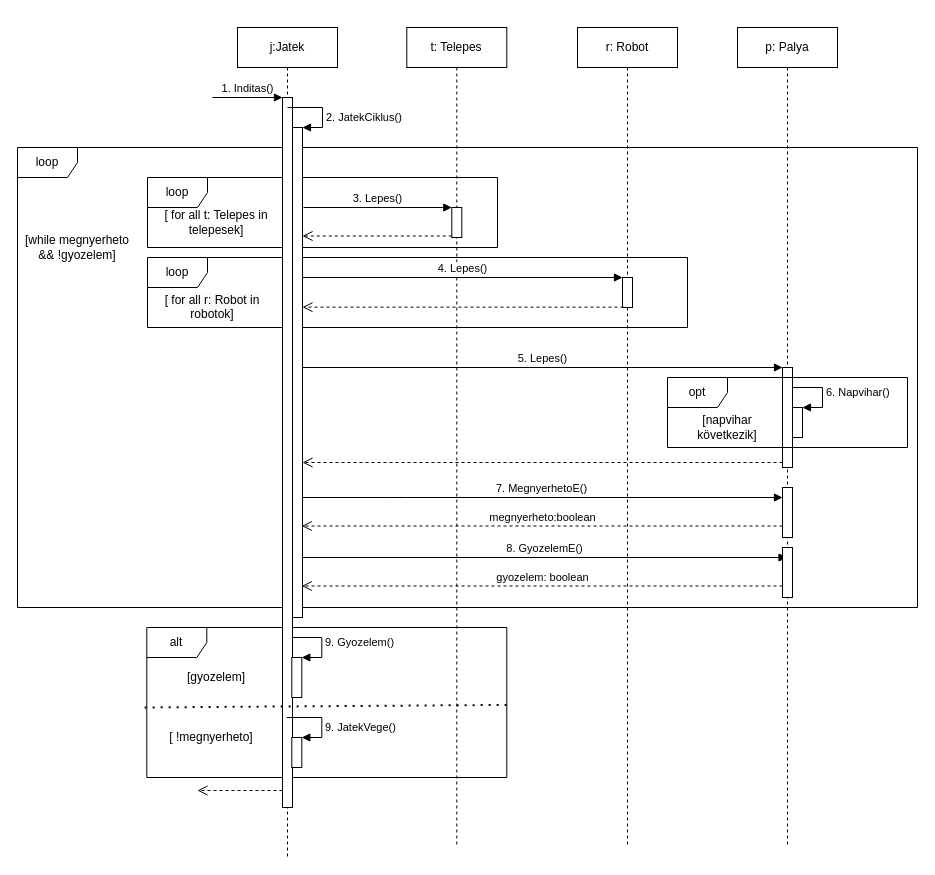
Above: page "Page-1" (1 of 3) of doc/uml/jatek_ciklus.drawio in torpeBoiGo/aszteroidabanyaszat (draw.io), before the change. Source tidied: cells renumbered, new cells numbered last; positions are measured from the earlier drawing's top-left corner, leaving out a move shared by most shapes. Both pictures are drawn from the tidied source at 100%, with x=0, y=0 at pixel (17, 27).
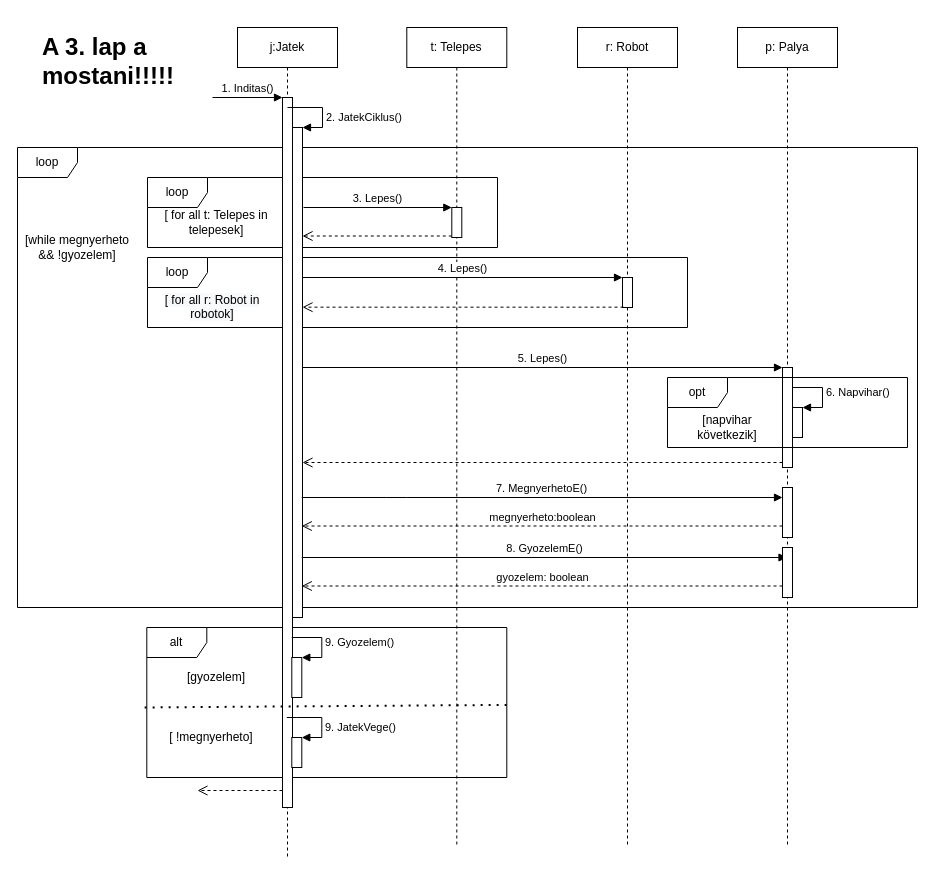
After the change.

The edit, as a diff of the source:
```diff
@@
+    <mxCell id="44" value="&lt;h1&gt;A 3. lap a mostani!!!!!&lt;/h1&gt;" style="text;html=1;strokeColor=none;fillColor=none;spacing=5;spacingTop=-20;whiteSpace=wrap;overflow=hidden;rounded=0;" parent="1" vertex="1">
+      <mxGeometry x="20" width="190" height="120" as="geometry" />
+    </mxCell>
```
